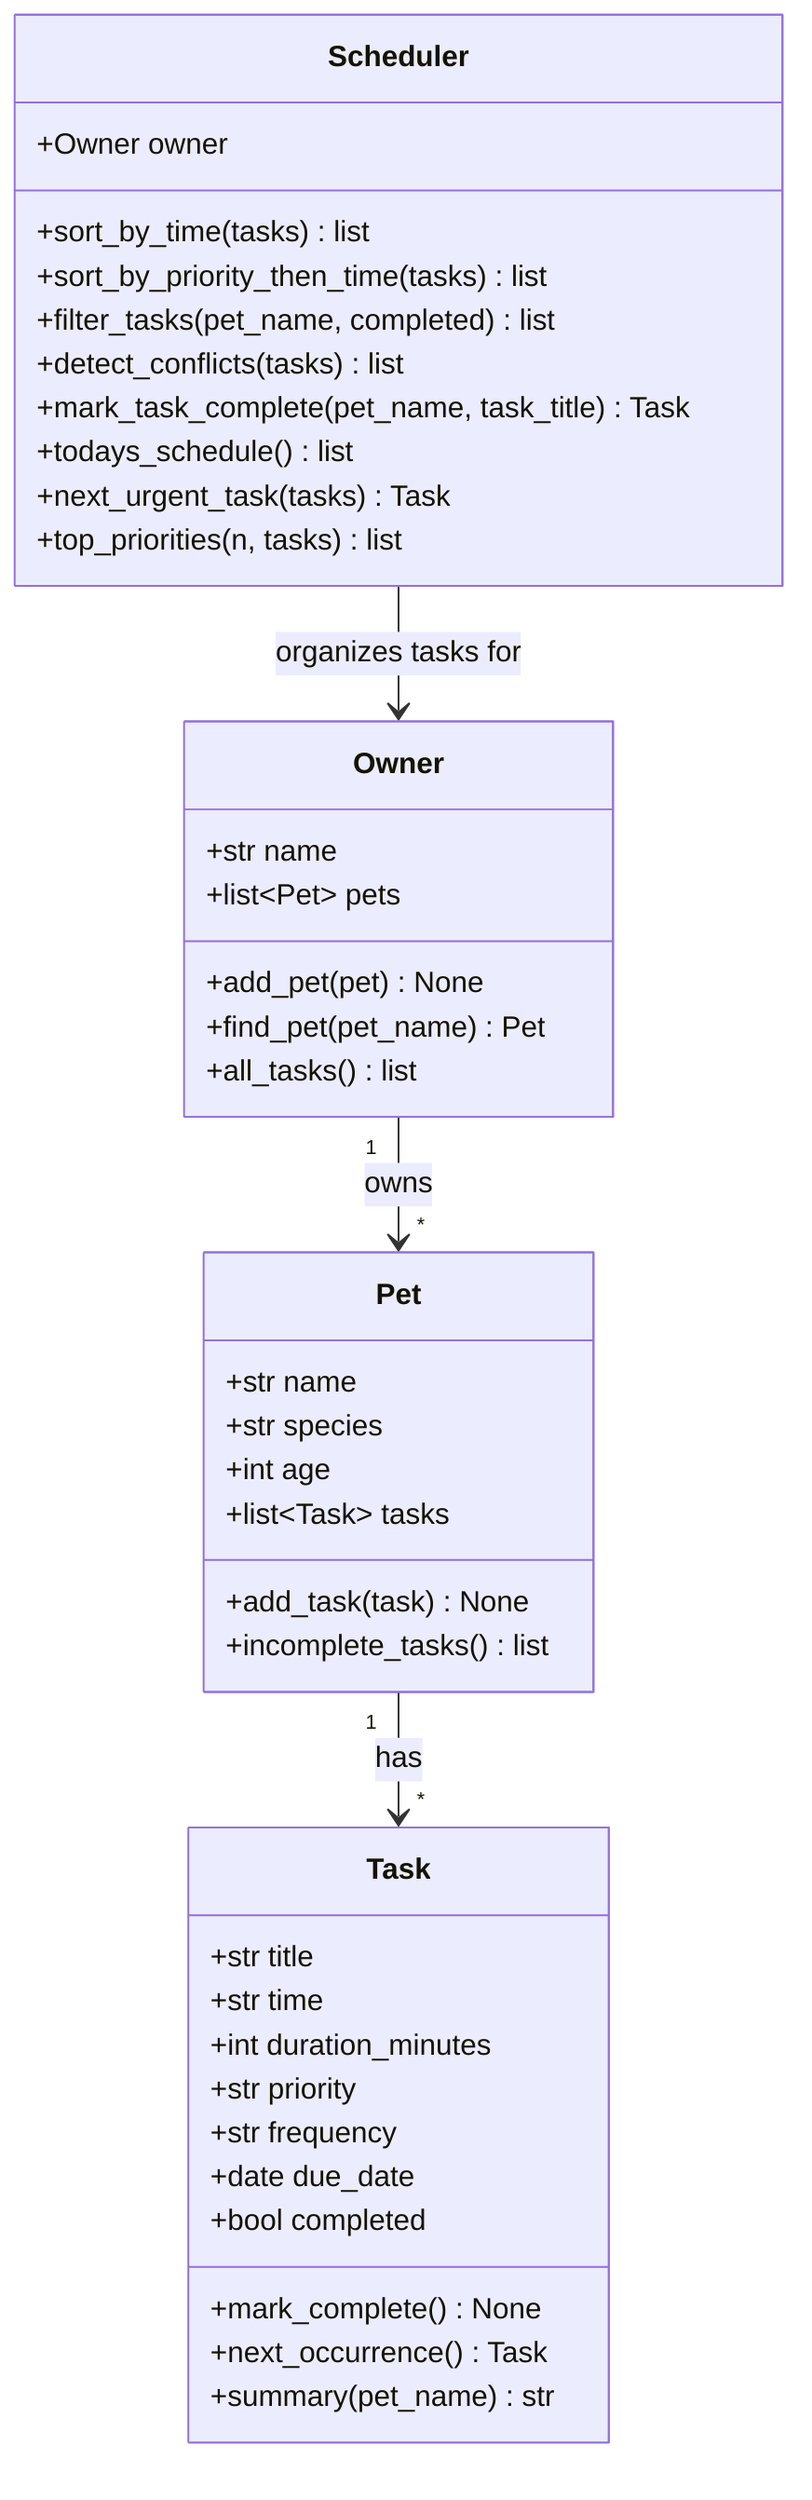
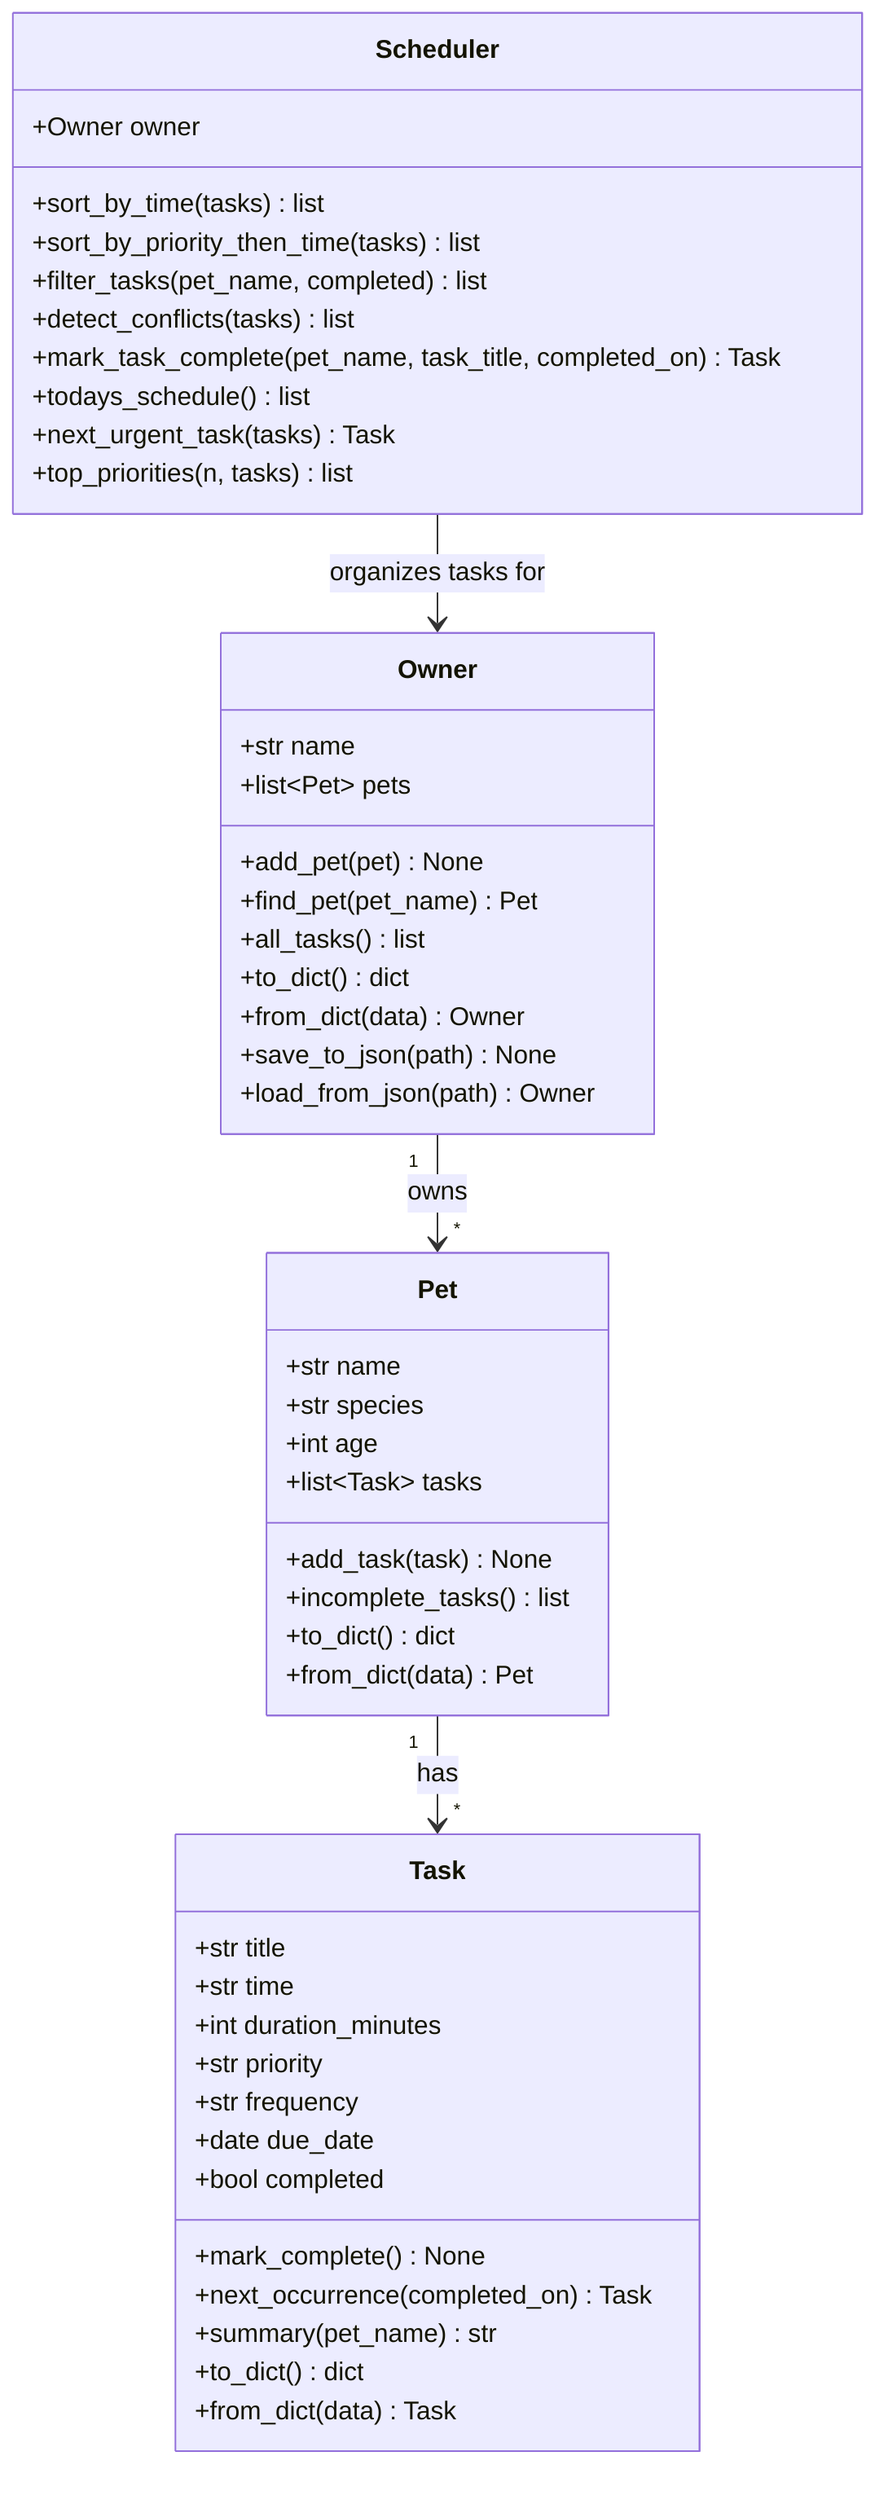
classDiagram
    class Owner {
        +str name
        +list~Pet~ pets
        +add_pet(pet) None
        +find_pet(pet_name) Pet
        +all_tasks() list
+         +to_dict() dict
+         +from_dict(data) Owner
+         +save_to_json(path) None
+         +load_from_json(path) Owner
    }

    class Pet {
        +str name
        +str species
        +int age
        +list~Task~ tasks
        +add_task(task) None
        +incomplete_tasks() list
+         +to_dict() dict
+         +from_dict(data) Pet
    }

    class Task {
        +str title
        +str time
        +int duration_minutes
        +str priority
        +str frequency
        +date due_date
        +bool completed
        +mark_complete() None
-         +next_occurrence() Task
+         +next_occurrence(completed_on) Task
        +summary(pet_name) str
+         +to_dict() dict
+         +from_dict(data) Task
    }

    class Scheduler {
        +Owner owner
        +sort_by_time(tasks) list
        +sort_by_priority_then_time(tasks) list
        +filter_tasks(pet_name, completed) list
        +detect_conflicts(tasks) list
-         +mark_task_complete(pet_name, task_title) Task
+         +mark_task_complete(pet_name, task_title, completed_on) Task
        +todays_schedule() list
        +next_urgent_task(tasks) Task
        +top_priorities(n, tasks) list
    }

    Owner "1" --> "*" Pet : owns
    Pet "1" --> "*" Task : has
    Scheduler --> Owner : organizes tasks for
